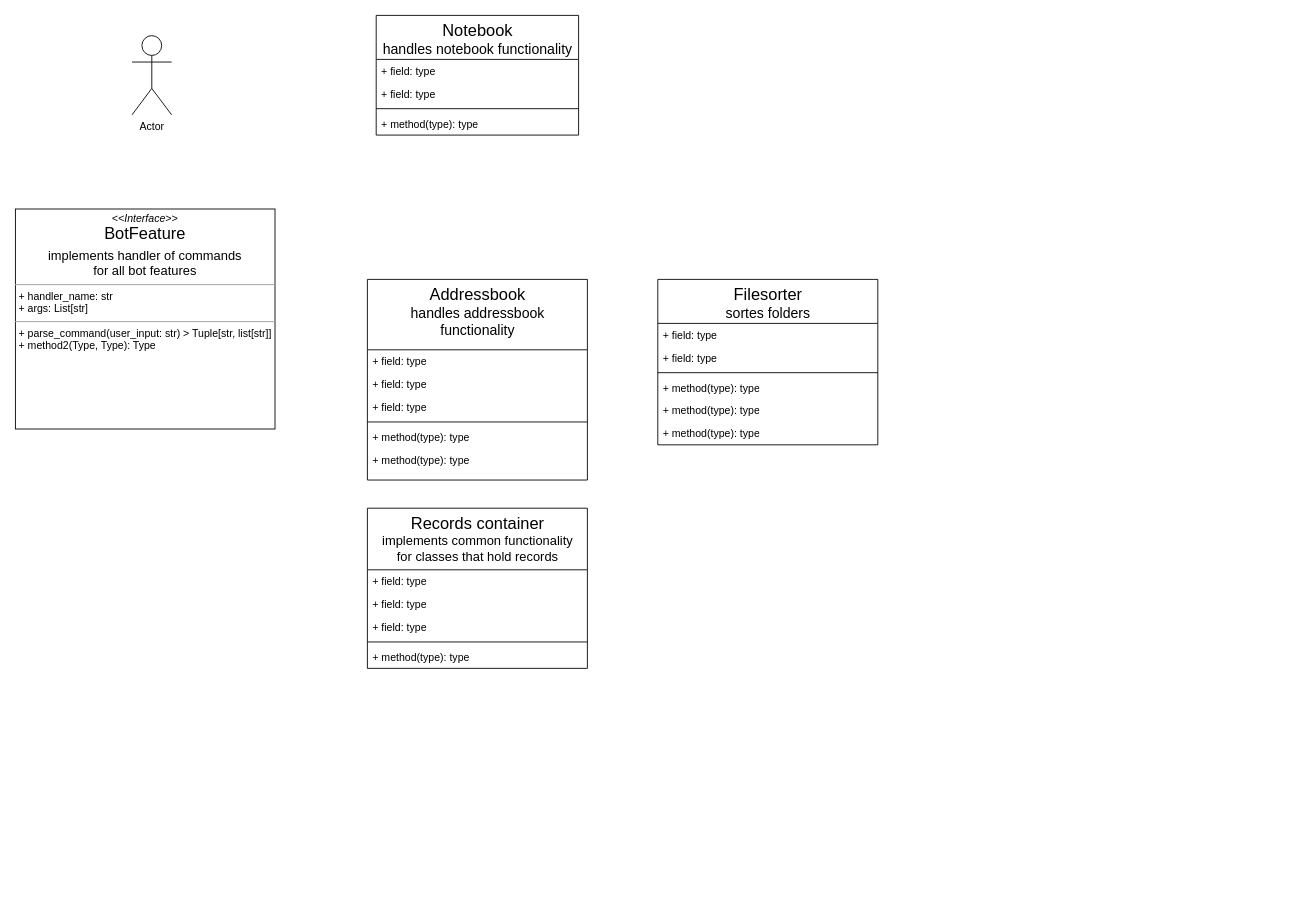
This is helper_bot_team_1.drawio from PavelDushinskiy/GoIT-WEB-HW02, a draw.io file, before an edit. Source tidied: cells renumbered, new cells numbered last; positions are measured from the earlier drawing's top-left corner, leaving out a move shared by most shapes. Both pictures are drawn from the tidied source at 88%, with x=0, y=0 at pixel (15, 15).
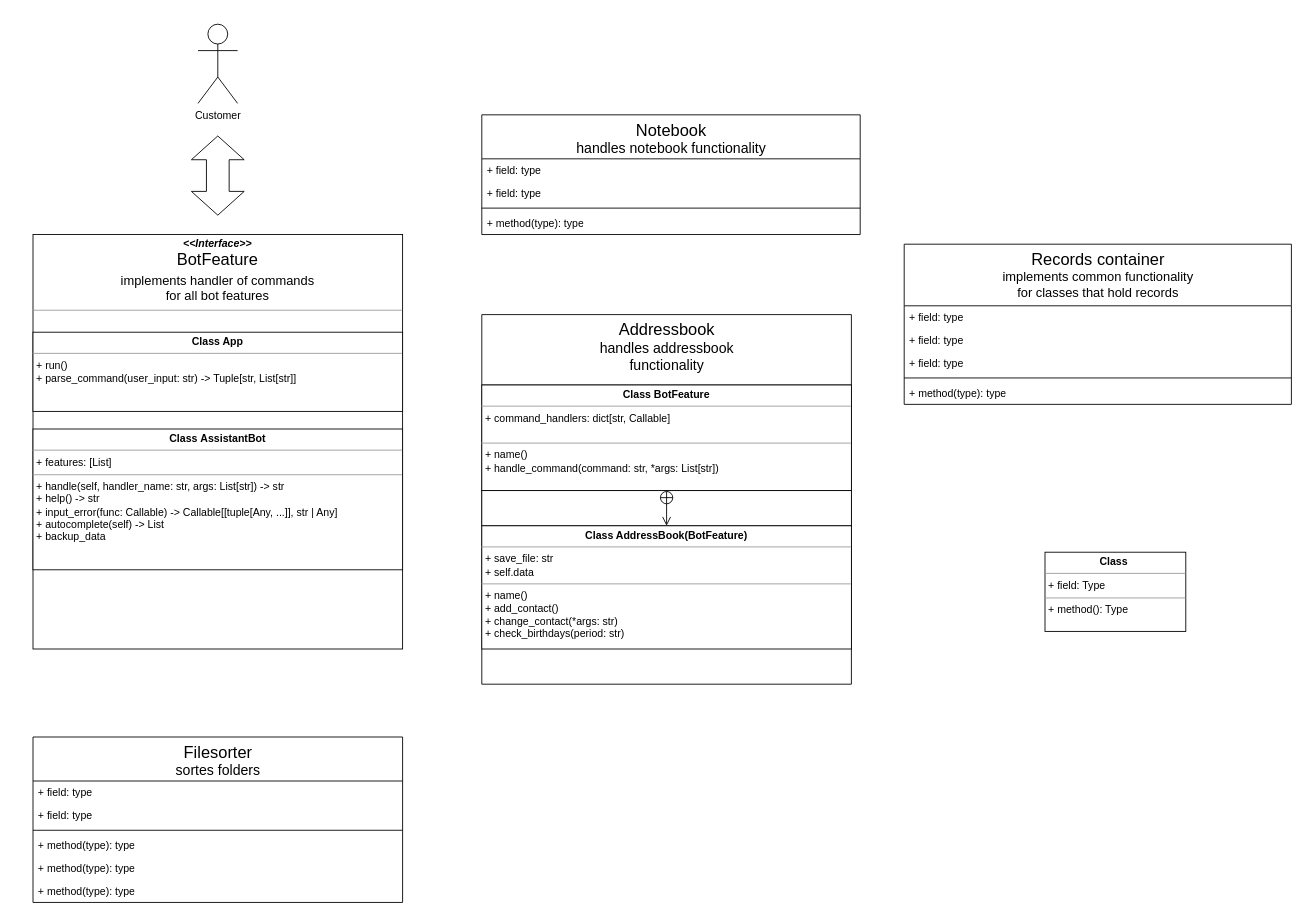
Above is the later version.

The edit, as a diff of the source:
```diff
@@
     <mxCell id="2" value="&lt;span id=&quot;docs-internal-guid-6816174d-7fff-ccf1-88b6-65116feb5ed2&quot; style=&quot;font-weight:normal;&quot;&gt;&lt;p style=&quot;line-height: 1.2; margin-top: 0pt; margin-bottom: 0pt;&quot; dir=&quot;ltr&quot;&gt;&lt;span style=&quot;font-size: 14pt; font-family: Arial; background-color: transparent; font-variant-numeric: normal; font-variant-east-asian: normal; vertical-align: baseline;&quot;&gt;Records container&lt;/span&gt;&lt;/p&gt;&lt;p style=&quot;line-height: 1.2; margin-top: 0pt; margin-bottom: 0pt;&quot; dir=&quot;ltr&quot;&gt;&lt;span style=&quot;font-size: 11pt; font-family: Arial; background-color: transparent; font-variant-numeric: normal; font-variant-east-asian: normal; vertical-align: baseline;&quot;&gt;implements common functionality &lt;br&gt;for classes that hold records&lt;/span&gt;&lt;/p&gt;&lt;div&gt;&lt;span style=&quot;font-size: 11pt; font-family: Arial; background-color: transparent; font-variant-numeric: normal; font-variant-east-asian: normal; vertical-align: baseline;&quot;&gt;&lt;br&gt;&lt;/span&gt;&lt;/div&gt;&lt;/span&gt;" style="swimlane;html=1;fontStyle=1;align=center;verticalAlign=top;horizontal=1;startSize=70;swimlaneFillColor=#ffffff;rounded=0;shadow=0;comic=0;labelBackgroundColor=none;strokeWidth=1;fillColor=none;fontFamily=Verdana;fontSize=12;" parent="1" vertex="1">
-      <mxGeometry x="400" y="560" width="250" height="182" as="geometry" />
+      <mxGeometry x="1010" y="260" width="440" height="182" as="geometry" />
     </mxCell>
     <mxCell id="3" value="+ field: type" style="text;html=1;strokeColor=none;fillColor=none;align=left;verticalAlign=top;spacingLeft=4;spacingRight=4;whiteSpace=wrap;overflow=hidden;" parent="2" vertex="1">
-      <mxGeometry y="70" width="250" height="26" as="geometry" />
+      <mxGeometry y="70" width="440" height="26" as="geometry" />
     </mxCell>
+    <mxCell id="5" value="+ field: type" style="text;html=1;strokeColor=none;fillColor=none;align=left;verticalAlign=top;spacingLeft=4;spacingRight=4;whiteSpace=wrap;overflow=hidden;" parent="2" vertex="1">
+      <mxGeometry y="96" width="440" height="26" as="geometry" />
+    </mxCell>
     <mxCell id="4" value="+ field: type" style="text;html=1;strokeColor=none;fillColor=none;align=left;verticalAlign=top;spacingLeft=4;spacingRight=4;whiteSpace=wrap;overflow=hidden;" parent="2" vertex="1">
-      <mxGeometry y="96" width="250" height="26" as="geometry" />
+      <mxGeometry y="122" width="440" height="26" as="geometry" />
     </mxCell>
-    <mxCell id="5" value="+ field: type" style="text;html=1;strokeColor=none;fillColor=none;align=left;verticalAlign=top;spacingLeft=4;spacingRight=4;whiteSpace=wrap;overflow=hidden;" parent="2" vertex="1">
-      <mxGeometry y="122" width="250" height="26" as="geometry" />
-    </mxCell>
     <mxCell id="6" style="line;html=1;strokeWidth=1;fillColor=none;align=left;verticalAlign=middle;spacingTop=-1;spacingLeft=3;spacingRight=3;labelPosition=right;" parent="2" vertex="1">
-      <mxGeometry y="148" width="250" height="8" as="geometry" />
+      <mxGeometry y="148" width="440" height="8" as="geometry" />
     </mxCell>
     <mxCell id="7" value="+ method(type): type" style="text;html=1;strokeColor=none;fillColor=none;align=left;verticalAlign=top;spacingLeft=4;spacingRight=4;whiteSpace=wrap;overflow=hidden;" parent="2" vertex="1">
-      <mxGeometry y="156" width="250" height="26" as="geometry" />
+      <mxGeometry y="156" width="440" height="26" as="geometry" />
     </mxCell>
     <mxCell id="8" value="&lt;span id=&quot;docs-internal-guid-518b5261-7fff-1eaa-3dbb-43b548479f24&quot; style=&quot;font-weight:normal;&quot;&gt;&lt;p style=&quot;line-height: 1.2; margin-top: 0pt; margin-bottom: 0pt;&quot; dir=&quot;ltr&quot;&gt;&lt;span style=&quot;font-size: 14pt; font-family: Arial; background-color: transparent; font-variant-numeric: normal; font-variant-east-asian: normal; vertical-align: baseline;&quot;&gt;Notebook&lt;/span&gt;&lt;/p&gt;&lt;p style=&quot;line-height: 1.2; margin-top: 0pt; margin-bottom: 0pt;&quot; dir=&quot;ltr&quot;&gt;&lt;span style=&quot;font-size: 12pt; font-family: Arial; background-color: transparent; font-variant-numeric: normal; font-variant-east-asian: normal; vertical-align: baseline;&quot;&gt;handles notebook functionality&lt;/span&gt;&lt;/p&gt;&lt;div&gt;&lt;span style=&quot;font-size: 12pt; font-family: Arial; background-color: transparent; font-variant-numeric: normal; font-variant-east-asian: normal; vertical-align: baseline;&quot;&gt;&lt;br&gt;&lt;/span&gt;&lt;/div&gt;&lt;/span&gt;" style="swimlane;html=1;fontStyle=1;align=center;verticalAlign=top;horizontal=1;startSize=50;swimlaneFillColor=#ffffff;rounded=0;shadow=0;comic=0;labelBackgroundColor=none;strokeWidth=1;fillColor=none;fontFamily=Verdana;fontSize=12;" parent="1" vertex="1">
-      <mxGeometry x="410" width="230" height="136" as="geometry" />
+      <mxGeometry x="530" y="113" width="430" height="136" as="geometry" />
     </mxCell>
     <mxCell id="9" value="+ field: type" style="text;html=1;strokeColor=none;fillColor=none;align=left;verticalAlign=top;spacingLeft=4;spacingRight=4;whiteSpace=wrap;overflow=hidden;" parent="8" vertex="1">
-      <mxGeometry y="50" width="230" height="26" as="geometry" />
+      <mxGeometry y="50" width="430" height="26" as="geometry" />
     </mxCell>
     <mxCell id="10" value="+ field: type" style="text;html=1;strokeColor=none;fillColor=none;align=left;verticalAlign=top;spacingLeft=4;spacingRight=4;whiteSpace=wrap;overflow=hidden;" parent="8" vertex="1">
-      <mxGeometry y="76" width="230" height="26" as="geometry" />
+      <mxGeometry y="76" width="430" height="26" as="geometry" />
     </mxCell>
     <mxCell id="11" style="line;html=1;strokeWidth=1;fillColor=none;align=left;verticalAlign=middle;spacingTop=-1;spacingLeft=3;spacingRight=3;labelPosition=right;" parent="8" vertex="1">
-      <mxGeometry y="102" width="230" height="8" as="geometry" />
+      <mxGeometry y="102" width="430" height="8" as="geometry" />
     </mxCell>
     <mxCell id="12" value="+ method(type): type" style="text;html=1;strokeColor=none;fillColor=none;align=left;verticalAlign=top;spacingLeft=4;spacingRight=4;whiteSpace=wrap;overflow=hidden;" parent="8" vertex="1">
-      <mxGeometry y="110" width="230" height="26" as="geometry" />
+      <mxGeometry y="110" width="430" height="26" as="geometry" />
     </mxCell>
     <mxCell id="13" value="&lt;span id=&quot;docs-internal-guid-6288deb3-7fff-f293-1fb7-d6070bda60fa&quot; style=&quot;font-weight:normal;&quot;&gt;&lt;p style=&quot;line-height: 1.2; margin-top: 0pt; margin-bottom: 0pt;&quot; dir=&quot;ltr&quot;&gt;&lt;span style=&quot;font-size: 14pt; font-family: Arial; background-color: transparent; font-variant-numeric: normal; font-variant-east-asian: normal; vertical-align: baseline;&quot;&gt;Filesorter&lt;/span&gt;&lt;/p&gt;&lt;p style=&quot;line-height: 1.2; margin-top: 0pt; margin-bottom: 0pt;&quot; dir=&quot;ltr&quot;&gt;&lt;span style=&quot;font-size: 12pt; font-family: Arial; background-color: transparent; font-variant-numeric: normal; font-variant-east-asian: normal; vertical-align: baseline;&quot;&gt;sortes folders&lt;/span&gt;&lt;/p&gt;&lt;div&gt;&lt;span style=&quot;font-size: 12pt; font-family: Arial; background-color: transparent; font-variant-numeric: normal; font-variant-east-asian: normal; vertical-align: baseline;&quot;&gt;&lt;br&gt;&lt;/span&gt;&lt;/div&gt;&lt;/span&gt;" style="swimlane;html=1;fontStyle=1;align=center;verticalAlign=top;horizontal=1;startSize=50;swimlaneFillColor=#ffffff;rounded=0;shadow=0;comic=0;labelBackgroundColor=none;strokeWidth=1;fillColor=none;fontFamily=Verdana;fontSize=12;" parent="1" vertex="1">
-      <mxGeometry x="730" y="300" width="250" height="188" as="geometry" />
+      <mxGeometry x="20" y="820" width="420" height="188" as="geometry" />
     </mxCell>
     <mxCell id="14" value="+ field: type" style="text;html=1;strokeColor=none;fillColor=none;align=left;verticalAlign=top;spacingLeft=4;spacingRight=4;whiteSpace=wrap;overflow=hidden;" parent="13" vertex="1">
-      <mxGeometry y="50" width="250" height="26" as="geometry" />
+      <mxGeometry y="50" width="420" height="26" as="geometry" />
     </mxCell>
     <mxCell id="15" value="+ field: type" style="text;html=1;strokeColor=none;fillColor=none;align=left;verticalAlign=top;spacingLeft=4;spacingRight=4;whiteSpace=wrap;overflow=hidden;" parent="13" vertex="1">
-      <mxGeometry y="76" width="250" height="26" as="geometry" />
+      <mxGeometry y="76" width="420" height="26" as="geometry" />
     </mxCell>
     <mxCell id="16" style="line;html=1;strokeWidth=1;fillColor=none;align=left;verticalAlign=middle;spacingTop=-1;spacingLeft=3;spacingRight=3;labelPosition=right;" parent="13" vertex="1">
-      <mxGeometry y="102" width="250" height="8" as="geometry" />
+      <mxGeometry y="102" width="420" height="8" as="geometry" />
     </mxCell>
     <mxCell id="17" value="+ method(type): type" style="text;html=1;strokeColor=none;fillColor=none;align=left;verticalAlign=top;spacingLeft=4;spacingRight=4;whiteSpace=wrap;overflow=hidden;" parent="13" vertex="1">
-      <mxGeometry y="110" width="250" height="26" as="geometry" />
+      <mxGeometry y="110" width="420" height="26" as="geometry" />
     </mxCell>
     <mxCell id="18" value="+ method(type): type" style="text;html=1;strokeColor=none;fillColor=none;align=left;verticalAlign=top;spacingLeft=4;spacingRight=4;whiteSpace=wrap;overflow=hidden;" parent="13" vertex="1">
-      <mxGeometry y="136" width="250" height="26" as="geometry" />
+      <mxGeometry y="136" width="420" height="26" as="geometry" />
     </mxCell>
     <mxCell id="19" value="+ method(type): type" style="text;html=1;strokeColor=none;fillColor=none;align=left;verticalAlign=top;spacingLeft=4;spacingRight=4;whiteSpace=wrap;overflow=hidden;" parent="13" vertex="1">
-      <mxGeometry y="162" width="250" height="26" as="geometry" />
+      <mxGeometry y="162" width="420" height="26" as="geometry" />
     </mxCell>
     <mxCell id="20" value="&lt;span id=&quot;docs-internal-guid-90a42072-7fff-7c9c-4a2b-a72deb1d7fb4&quot; style=&quot;font-weight:normal;&quot;&gt;&lt;p style=&quot;line-height: 1.2; margin-top: 0pt; margin-bottom: 0pt;&quot; dir=&quot;ltr&quot;&gt;&lt;span style=&quot;font-size: 14pt; font-family: Arial; background-color: transparent; font-variant-numeric: normal; font-variant-east-asian: normal; vertical-align: baseline;&quot;&gt;Addressbook&lt;/span&gt;&lt;/p&gt;&lt;p style=&quot;line-height: 1.2; margin-top: 0pt; margin-bottom: 0pt;&quot; dir=&quot;ltr&quot;&gt;&lt;span style=&quot;font-size: 12pt; font-family: Arial; background-color: transparent; font-variant-numeric: normal; font-variant-east-asian: normal; vertical-align: baseline;&quot;&gt;handles addressbook &lt;br&gt;functionality&lt;/span&gt;&lt;/p&gt;&lt;div&gt;&lt;span style=&quot;font-size: 12pt; font-family: Arial; background-color: transparent; font-variant-numeric: normal; font-variant-east-asian: normal; vertical-align: baseline;&quot;&gt;&lt;br&gt;&lt;/span&gt;&lt;/div&gt;&lt;/span&gt;" style="swimlane;html=1;fontStyle=1;align=center;verticalAlign=top;horizontal=1;startSize=80;swimlaneFillColor=#ffffff;rounded=0;shadow=0;comic=0;labelBackgroundColor=none;strokeWidth=1;fillColor=none;fontFamily=Verdana;fontSize=12;" parent="1" vertex="1">
-      <mxGeometry x="400" y="300" width="250" height="228" as="geometry" />
+      <mxGeometry x="530" y="340" width="420" height="420" as="geometry" />
     </mxCell>
-    <mxCell id="21" value="+ field: type" style="text;html=1;strokeColor=none;fillColor=none;align=left;verticalAlign=top;spacingLeft=4;spacingRight=4;whiteSpace=wrap;overflow=hidden;" parent="20" vertex="1">
-      <mxGeometry y="80" width="250" height="26" as="geometry" />
-    </mxCell>
-    <mxCell id="22" value="+ field: type" style="text;html=1;strokeColor=none;fillColor=none;align=left;verticalAlign=top;spacingLeft=4;spacingRight=4;whiteSpace=wrap;overflow=hidden;" parent="20" vertex="1">
-      <mxGeometry y="106" width="250" height="26" as="geometry" />
-    </mxCell>
-    <mxCell id="23" value="+ field: type" style="text;html=1;strokeColor=none;fillColor=none;align=left;verticalAlign=top;spacingLeft=4;spacingRight=4;whiteSpace=wrap;overflow=hidden;" parent="20" vertex="1">
-      <mxGeometry y="132" width="250" height="26" as="geometry" />
-    </mxCell>
-    <mxCell id="24" style="line;html=1;strokeWidth=1;fillColor=none;align=left;verticalAlign=middle;spacingTop=-1;spacingLeft=3;spacingRight=3;labelPosition=right;" parent="20" vertex="1">
-      <mxGeometry y="158" width="250" height="8" as="geometry" />
-    </mxCell>
-    <mxCell id="25" value="+ method(type): type" style="text;html=1;strokeColor=none;fillColor=none;align=left;verticalAlign=top;spacingLeft=4;spacingRight=4;whiteSpace=wrap;overflow=hidden;" parent="20" vertex="1">
-      <mxGeometry y="166" width="250" height="26" as="geometry" />
-    </mxCell>
-    <mxCell id="26" value="+ method(type): type" style="text;html=1;strokeColor=none;fillColor=none;align=left;verticalAlign=top;spacingLeft=4;spacingRight=4;whiteSpace=wrap;overflow=hidden;" parent="20" vertex="1">
-      <mxGeometry y="192" width="250" height="26" as="geometry" />
-    </mxCell>
+    <mxCell id="29" value="&lt;p style=&quot;margin:0px;margin-top:4px;text-align:center;&quot;&gt;&lt;b&gt;Class BotFeature&lt;/b&gt;&lt;/p&gt;&lt;hr size=&quot;1&quot;&gt;&lt;p style=&quot;margin:0px;margin-left:4px;&quot;&gt;+ command_handlers: dict[str, Callable]&lt;/p&gt;&lt;p style=&quot;margin:0px;margin-left:4px;&quot;&gt;&lt;br&gt;&lt;/p&gt;&lt;hr size=&quot;1&quot;&gt;&lt;p style=&quot;margin:0px;margin-left:4px;&quot;&gt;+ name()&lt;/p&gt;&lt;p style=&quot;margin:0px;margin-left:4px;&quot;&gt;+ handle_command(command: str, *args: List[str])&lt;br&gt;&lt;/p&gt;" style="verticalAlign=top;align=left;overflow=fill;fontSize=12;fontFamily=Helvetica;html=1;comic=0;fixedWidth=0;" parent="20" vertex="1">
+      <mxGeometry y="80" width="420" height="120" as="geometry" />
+    </mxCell>
+    <mxCell id="30" style="html=1;comic=0;" parent="20" vertex="1">
+      <mxGeometry y="200" width="420" height="40" as="geometry" />
+    </mxCell>
+    <mxCell id="31" style="endArrow=open;startArrow=circlePlus;endFill=0;startFill=0;endSize=8;html=1;rounded=0;shadow=0;exitX=0.5;exitY=1;exitDx=0;exitDy=0;entryX=0.5;entryY=0;entryDx=0;entryDy=0;" parent="20" edge="1" source="29" target="32">
+      <mxGeometry relative="1" as="geometry" />
+    </mxCell>
+    <mxCell id="32" value="&lt;p style=&quot;margin:0px;margin-top:4px;text-align:center;&quot;&gt;&lt;b&gt;Class AddressBook(BotFeature)&lt;/b&gt;&lt;/p&gt;&lt;hr size=&quot;1&quot;&gt;&lt;p style=&quot;margin:0px;margin-left:4px;&quot;&gt;+ save_file: str&lt;/p&gt;&lt;p style=&quot;margin:0px;margin-left:4px;&quot;&gt;+ self.data&lt;/p&gt;&lt;hr size=&quot;1&quot;&gt;&lt;p style=&quot;margin:0px;margin-left:4px;&quot;&gt;+ name()&lt;/p&gt;&lt;p style=&quot;margin:0px;margin-left:4px;&quot;&gt;+ add_contact()&lt;/p&gt;&lt;p style=&quot;margin:0px;margin-left:4px;&quot;&gt;+ change_contact(*args: str)&lt;/p&gt;&lt;p style=&quot;margin:0px;margin-left:4px;&quot;&gt;+ check_birthdays(period: str)&lt;/p&gt;" style="verticalAlign=top;align=left;overflow=fill;fontSize=12;fontFamily=Helvetica;html=1;comic=0;fixedWidth=0;" parent="20" vertex="1">
+      <mxGeometry y="240" width="420" height="140" as="geometry" />
+    </mxCell>
-    <mxCell id="27" value="&lt;p style=&quot;margin:0px;margin-top:4px;text-align:center;&quot;&gt;&lt;i&gt;&amp;lt;&amp;lt;Interface&amp;gt;&amp;gt;&lt;/i&gt;&lt;br&gt;&lt;/p&gt;&lt;p style=&quot;line-height:1.2;text-align: center;margin-top:0pt;margin-bottom:0pt;&quot; dir=&quot;ltr&quot;&gt;&lt;span style=&quot;font-size: 14pt; font-family: Arial; color: rgb(0, 0, 0); background-color: transparent; font-weight: 400; font-style: normal; font-variant: normal; text-decoration: none; vertical-align: baseline;&quot;&gt;BotFeature&lt;/span&gt;&lt;/p&gt;&lt;p style=&quot;margin:0px;margin-top:4px;text-align:center;&quot;&gt;&lt;span id=&quot;docs-internal-guid-a344973a-7fff-190a-9e88-1d810033c727&quot;&gt;&lt;/span&gt;&lt;/p&gt;&lt;p style=&quot;line-height:1.2;text-align: center;margin-top:0pt;margin-bottom:0pt;&quot; dir=&quot;ltr&quot;&gt;&lt;span style=&quot;font-size: 11pt; font-family: Arial; color: rgb(0, 0, 0); background-color: transparent; font-weight: 400; font-style: normal; font-variant: normal; text-decoration: none; vertical-align: baseline;&quot;&gt;implements handler of commands &lt;br&gt;for all bot features&lt;/span&gt;&lt;/p&gt;&lt;hr size=&quot;1&quot;&gt;&lt;p style=&quot;margin:0px;margin-left:4px;&quot;&gt;+ handler_name: str&lt;br&gt;+&amp;nbsp;args: List[str]&lt;/p&gt;&lt;hr size=&quot;1&quot;&gt;&lt;p style=&quot;margin:0px;margin-left:4px;&quot;&gt;+&amp;nbsp;parse_command(user_input: str)&amp;nbsp;&amp;gt; Tuple[str, list[str]]&lt;br&gt;+ method2(Type, Type): Type&lt;/p&gt;" style="verticalAlign=top;align=left;overflow=fill;fontSize=12;fontFamily=Helvetica;html=1;rounded=0;shadow=0;comic=0;labelBackgroundColor=none;strokeWidth=1;" parent="1" vertex="1">
-      <mxGeometry y="220" width="295" height="250" as="geometry" />
+    <mxCell id="27" value="&lt;p style=&quot;margin:0px;margin-top:4px;text-align:center;&quot;&gt;&lt;i&gt;&lt;b&gt;&amp;lt;&amp;lt;Interface&amp;gt;&amp;gt;&lt;/b&gt;&lt;/i&gt;&lt;br&gt;&lt;/p&gt;&lt;p style=&quot;line-height:1.2;text-align: center;margin-top:0pt;margin-bottom:0pt;&quot; dir=&quot;ltr&quot;&gt;&lt;span style=&quot;font-size: 14pt; font-family: Arial; color: rgb(0, 0, 0); background-color: transparent; font-weight: 400; font-style: normal; font-variant: normal; text-decoration: none; vertical-align: baseline;&quot;&gt;BotFeature&lt;/span&gt;&lt;/p&gt;&lt;p style=&quot;margin:0px;margin-top:4px;text-align:center;&quot;&gt;&lt;span id=&quot;docs-internal-guid-a344973a-7fff-190a-9e88-1d810033c727&quot;&gt;&lt;/span&gt;&lt;/p&gt;&lt;p style=&quot;line-height:1.2;text-align: center;margin-top:0pt;margin-bottom:0pt;&quot; dir=&quot;ltr&quot;&gt;&lt;span style=&quot;font-size: 11pt; font-family: Arial; color: rgb(0, 0, 0); background-color: transparent; font-weight: 400; font-style: normal; font-variant: normal; text-decoration: none; vertical-align: baseline;&quot;&gt;implements handler of commands &lt;br&gt;for all bot features&lt;/span&gt;&lt;/p&gt;&lt;hr size=&quot;1&quot;&gt;&lt;p style=&quot;margin:0px;margin-left:4px;&quot;&gt;&lt;br&gt;&lt;/p&gt;" style="verticalAlign=top;align=left;overflow=fill;fontSize=12;fontFamily=Helvetica;html=1;rounded=0;shadow=0;comic=0;labelBackgroundColor=none;strokeWidth=1;" parent="1" vertex="1">
+      <mxGeometry x="20" y="249" width="420" height="471" as="geometry" />
     </mxCell>
-    <mxCell id="28" value="Actor" style="shape=umlActor;verticalLabelPosition=bottom;verticalAlign=top;html=1;" parent="1" vertex="1">
-      <mxGeometry x="132.5" y="23" width="45" height="90" as="geometry" />
+    <mxCell id="28" value="Customer" style="shape=umlActor;verticalLabelPosition=bottom;verticalAlign=top;html=1;" parent="1" vertex="1">
+      <mxGeometry x="207.5" y="10" width="45" height="90" as="geometry" />
     </mxCell>
+    <mxCell id="33" style="html=1;shadow=0;dashed=0;align=center;verticalAlign=middle;shape=mxgraph.arrows2.twoWayArrow;dy=0.57;dx=27;comic=0;direction=south;" parent="1" vertex="1">
+      <mxGeometry x="200" y="137" width="60" height="90" as="geometry" />
+    </mxCell>
+    <mxCell id="34" value="&lt;p style=&quot;margin:0px;margin-top:4px;text-align:center;&quot;&gt;&lt;b&gt;Class&amp;nbsp;&lt;/b&gt;&lt;b style=&quot;background-color: initial;&quot;&gt;AssistantBot&lt;/b&gt;&lt;/p&gt;&lt;hr size=&quot;1&quot;&gt;&lt;p style=&quot;margin:0px;margin-left:4px;&quot;&gt;+&amp;nbsp;features: [List]&lt;/p&gt;&lt;hr size=&quot;1&quot;&gt;&lt;p style=&quot;margin:0px;margin-left:4px;&quot;&gt;+&amp;nbsp;handle(self, handler_name: str, args: List[str]) -&amp;gt; str&lt;/p&gt;&lt;p style=&quot;margin:0px;margin-left:4px;&quot;&gt;+&amp;nbsp;help() -&amp;gt; str&lt;/p&gt;&lt;p style=&quot;margin:0px;margin-left:4px;&quot;&gt;+&amp;nbsp;input_error(func: Callable) -&amp;gt; Callable[[tuple[Any, ...]], str | Any]&lt;/p&gt;&lt;p style=&quot;margin:0px;margin-left:4px;&quot;&gt;+&amp;nbsp;autocomplete(self) -&amp;gt; List&lt;/p&gt;&lt;p style=&quot;margin:0px;margin-left:4px;&quot;&gt;+&amp;nbsp;backup_data&lt;/p&gt;" style="verticalAlign=top;align=left;overflow=fill;fontSize=12;fontFamily=Helvetica;html=1;comic=0;" parent="1" vertex="1">
+      <mxGeometry x="20" y="470" width="420" height="160" as="geometry" />
+    </mxCell>
+    <mxCell id="35" value="&lt;p style=&quot;margin:0px;margin-top:4px;text-align:center;&quot;&gt;&lt;b&gt;Class App&lt;/b&gt;&lt;/p&gt;&lt;hr size=&quot;1&quot;&gt;&lt;p style=&quot;margin:0px;margin-left:4px;&quot;&gt;&lt;/p&gt;&lt;p style=&quot;margin:0px;margin-left:4px;&quot;&gt;+ run()&lt;/p&gt;&lt;p style=&quot;margin:0px;margin-left:4px;&quot;&gt;+ parse_command(user_input: str) -&amp;gt; Tuple[str, List[str]]&lt;/p&gt;" style="verticalAlign=top;align=left;overflow=fill;fontSize=12;fontFamily=Helvetica;html=1;comic=0;" parent="1" vertex="1">
+      <mxGeometry x="20" y="360" width="420" height="90" as="geometry" />
+    </mxCell>
+    <mxCell id="36" value="&lt;p style=&quot;margin:0px;margin-top:4px;text-align:center;&quot;&gt;&lt;b&gt;Class&amp;nbsp;&lt;/b&gt;&lt;/p&gt;&lt;hr size=&quot;1&quot;&gt;&lt;p style=&quot;margin:0px;margin-left:4px;&quot;&gt;+ field: Type&lt;/p&gt;&lt;hr size=&quot;1&quot;&gt;&lt;p style=&quot;margin:0px;margin-left:4px;&quot;&gt;+ method(): Type&lt;/p&gt;" style="verticalAlign=top;align=left;overflow=fill;fontSize=12;fontFamily=Helvetica;html=1;comic=0;" parent="1" vertex="1">
+      <mxGeometry x="1170" y="610" width="160" height="90" as="geometry" />
+    </mxCell>
```
